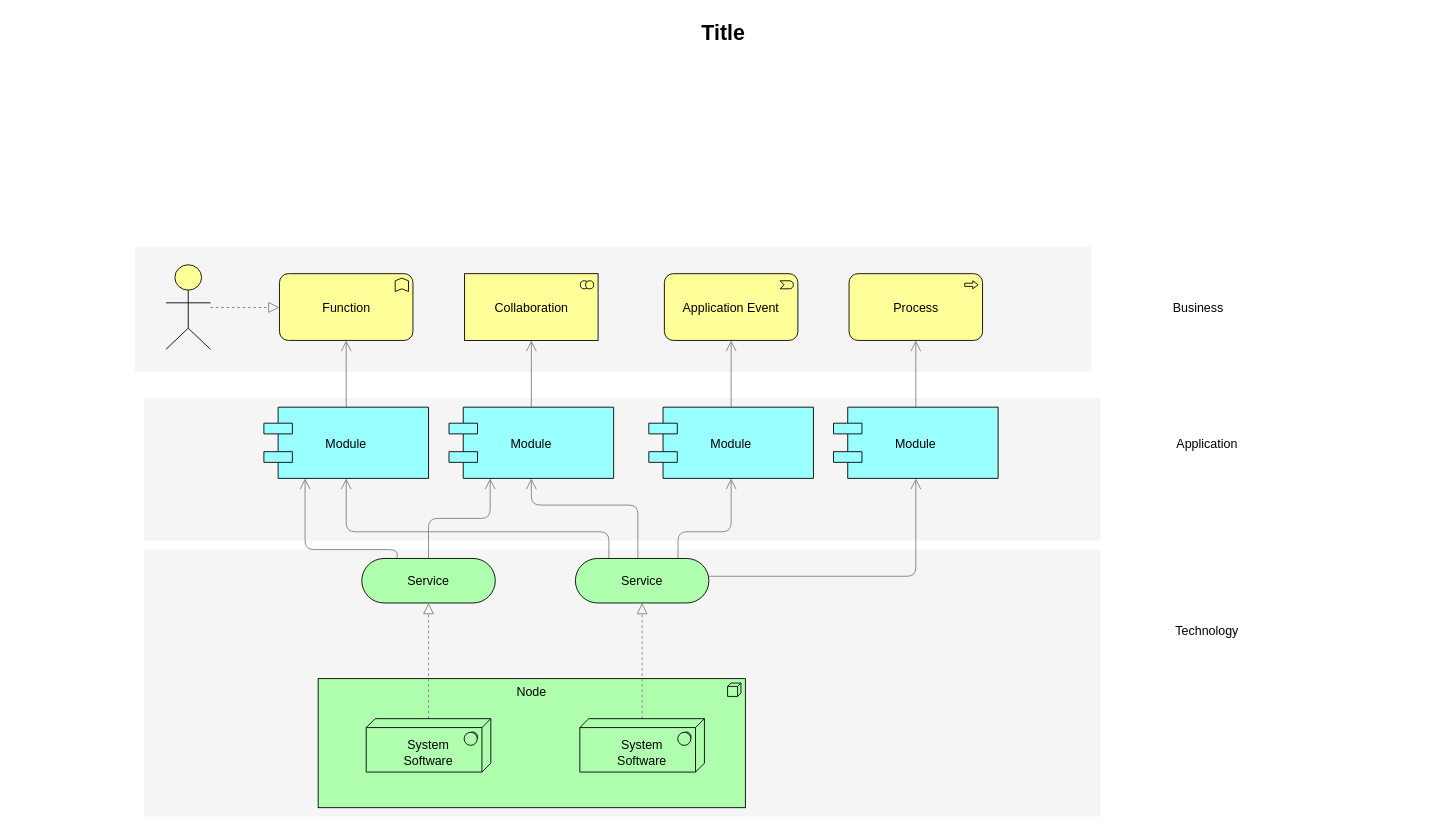
stvoreku/ais keeps this draw.io diagram as projekt2AIS.drawio. Above is the earlier version. Source tidied: cells renumbered, new cells numbered last; positions are measured from the earlier drawing's top-left corner, leaving out a move shared by most shapes. Both pictures are drawn from the tidied source at 89%, with x=0, y=0 at pixel (15, 15).
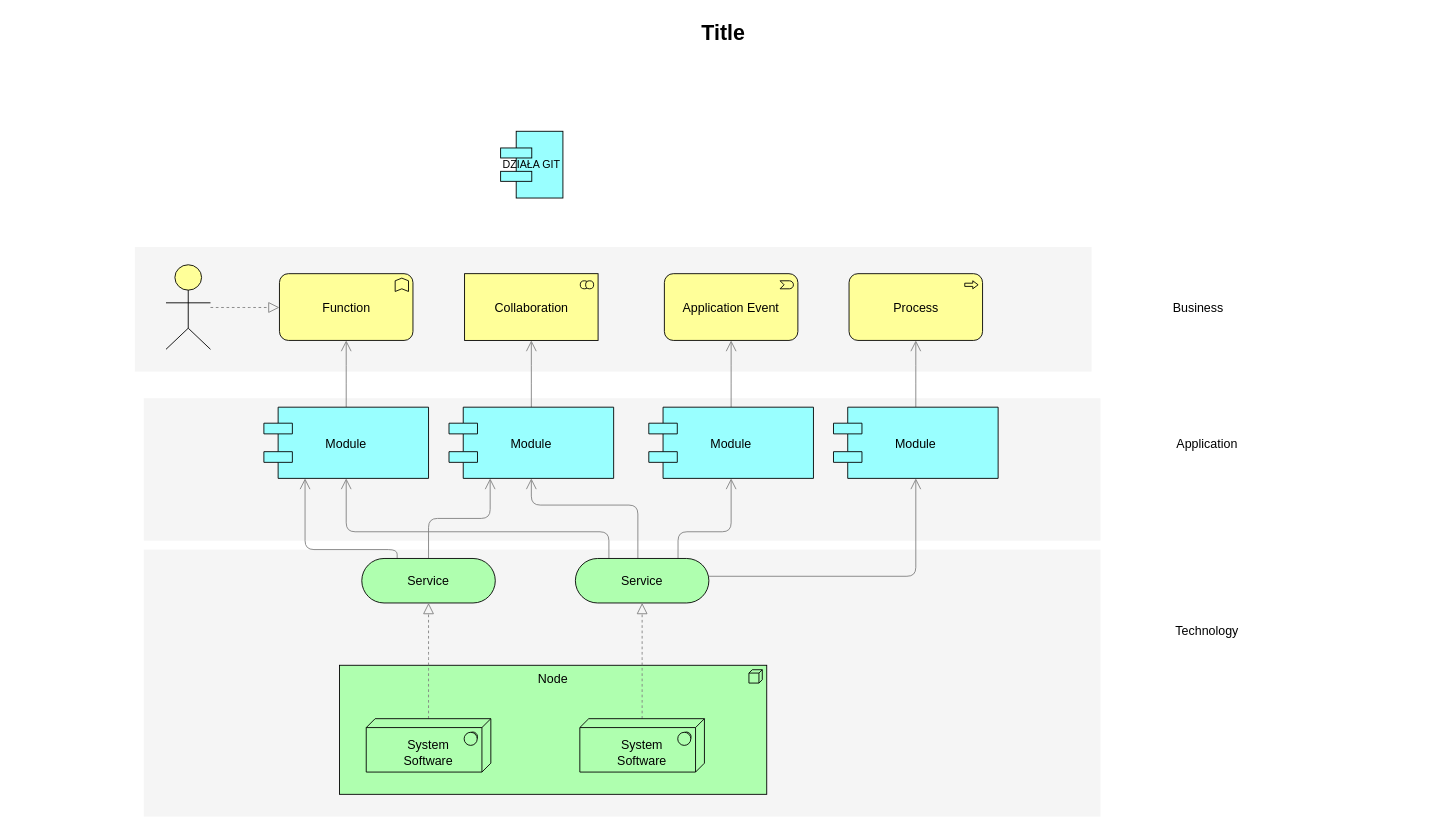
The same page after the edit.

What changed in the source:
```diff
@@
     <mxCell id="5" value="Node" style="html=1;whiteSpace=wrap;fillColor=#AFFFAF;shape=mxgraph.archimate3.application;appType=node;archiType=square;fontSize=14;verticalAlign=top;" parent="1" vertex="1">
-      <mxGeometry x="340" y="745" width="480" height="145" as="geometry" />
+      <mxGeometry x="364" y="730" width="480" height="145" as="geometry" />
     </mxCell>
@@
+    <mxCell id="36" value="DZIAŁA GIT" style="html=1;whiteSpace=wrap;fillColor=#99ffff;shape=mxgraph.archimate3.component;" parent="1" vertex="1">
+      <mxGeometry x="545" y="130" width="70" height="75" as="geometry" />
+    </mxCell>
```
